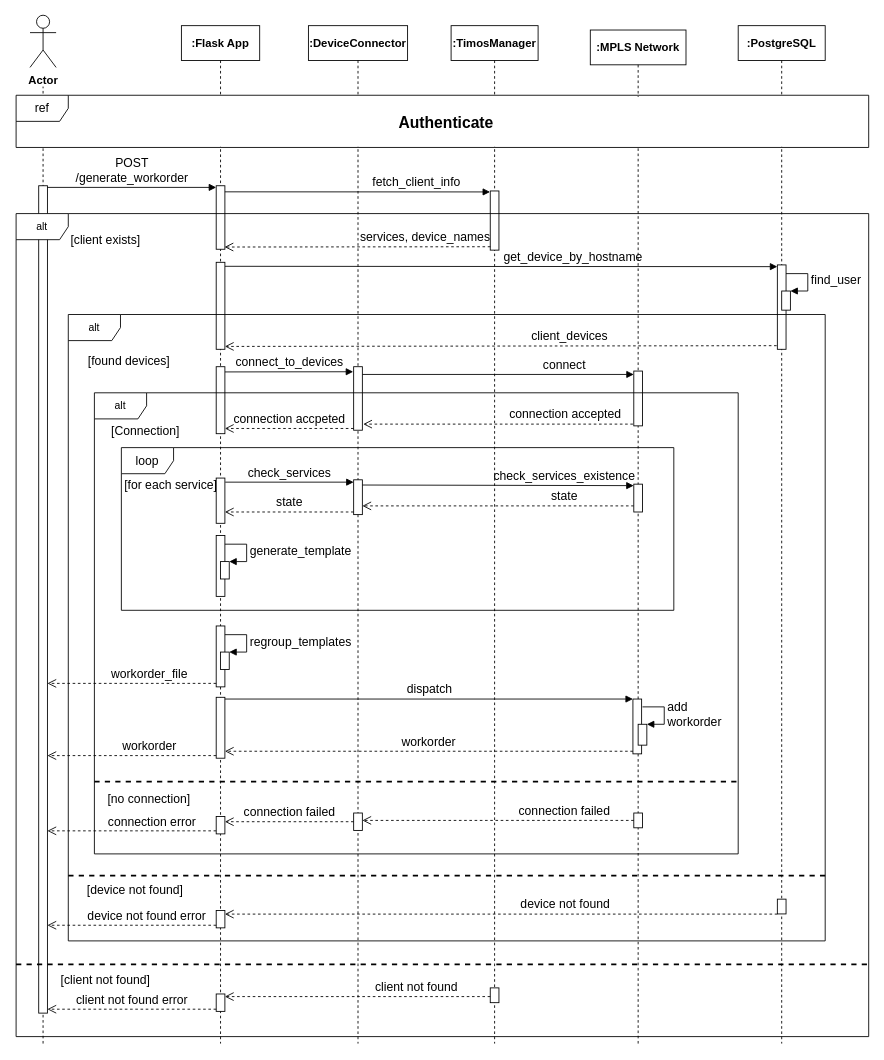
The draw.io diagram sequence_generate_workorder.drawio in DrXneaky/Diagram, before the edit. Source tidied: cells renumbered, new cells numbered last; positions are measured from the earlier drawing's top-left corner, leaving out a move shared by most shapes. Both pictures are drawn from the tidied source at 87%, with x=0, y=0 at pixel (16, 15).
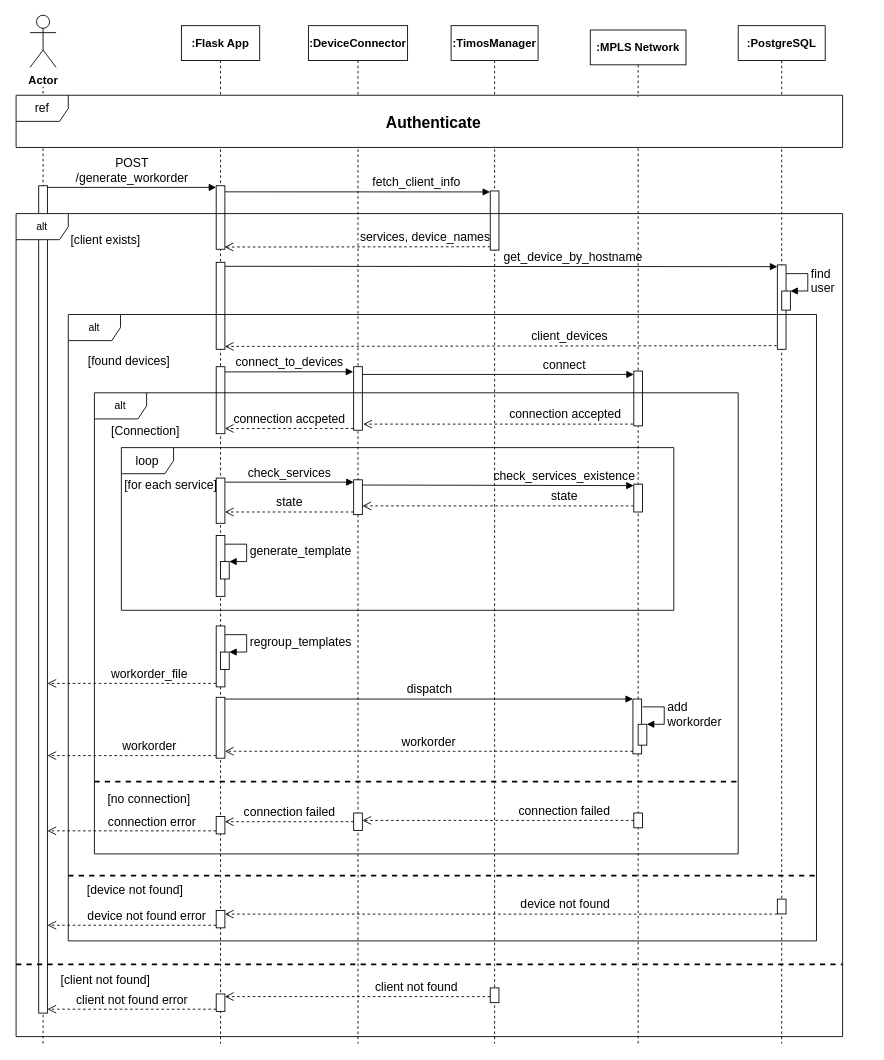
The same diagram, later.

Unchanged cells that the change refers to:
```xml
<mxCell id="34" style="html=1;points=[];perimeter=orthogonalPerimeter;" parent="1" vertex="1">
  <mxGeometry x="880" y="317" width="10" height="22" as="geometry" />
</mxCell>
```

Diff of the diagram source:
```diff
@@
-    <mxCell id="33" value="&lt;font style=&quot;font-size: 14px&quot; face=&quot;Old Standard TT&quot;&gt;find_user&lt;/font&gt;" style="edgeStyle=orthogonalEdgeStyle;html=1;align=left;spacingLeft=2;endArrow=block;rounded=0;entryX=1;entryY=0;labelBackgroundColor=none;" parent="1" edge="1" target="34">
+    <mxCell id="33" value="&lt;font style=&quot;font-size: 14px&quot; face=&quot;Old Standard TT&quot;&gt;find&lt;br&gt;user&lt;/font&gt;" style="edgeStyle=orthogonalEdgeStyle;html=1;align=left;spacingLeft=2;endArrow=block;rounded=0;entryX=1;entryY=0;labelBackgroundColor=none;" parent="1" edge="1" target="34">
       <mxGeometry relative="1" as="geometry">
         <mxPoint x="885" y="297" as="sourcePoint" />
         <Array as="points">
           <mxPoint x="910" y="297" />
         </Array>
       </mxGeometry>
     </mxCell>
@@
     <mxCell id="66" style="line;strokeWidth=2;fillColor=none;align=left;verticalAlign=middle;spacingTop=-1;spacingLeft=3;spacingRight=3;labelPosition=right;fontFamily=Old Standard TT;fontSize=14;dashed=1;" parent="1" vertex="1">
-      <mxGeometry x="60" y="985" width="870" height="8" as="geometry" />
+      <mxGeometry x="60" y="985" width="860" height="8" as="geometry" />
     </mxCell>
@@
     <mxCell id="70" style="line;strokeWidth=2;fillColor=none;align=left;verticalAlign=middle;spacingTop=-1;spacingLeft=3;spacingRight=3;labelPosition=right;fontFamily=Old Standard TT;fontSize=14;dashed=1;" parent="1" vertex="1">
-      <mxGeometry y="1087" width="980" height="8" as="geometry" />
+      <mxGeometry y="1087" width="950" height="8" as="geometry" />
     </mxCell>
@@
     <mxCell id="75" value="alt" style="shape=umlFrame;whiteSpace=wrap;html=1;" parent="1" vertex="1">
-      <mxGeometry x="60" y="344" width="870" height="720" as="geometry" />
+      <mxGeometry x="60" y="344" width="860" height="720" as="geometry" />
     </mxCell>
-    <mxCell id="76" value="alt" style="shape=umlFrame;whiteSpace=wrap;html=1;" parent="1" vertex="1">
-      <mxGeometry y="228" width="980" height="946" as="geometry" />
-    </mxCell>
     <mxCell id="77" value="Authenticate" style="text;align=center;fontStyle=1;verticalAlign=middle;spacingLeft=3;spacingRight=3;strokeColor=none;labelBackgroundColor=#ffffff;fillColor=#FFFFFF;gradientColor=none;fontFamily=Old Standard TT;fontSize=18;" parent="1" vertex="1">
-      <mxGeometry x="10" y="94" width="969" height="57" as="geometry" />
+      <mxGeometry x="10" y="94" width="940" height="57" as="geometry" />
     </mxCell>
     <mxCell id="78" value="ref" style="shape=umlFrame;whiteSpace=wrap;html=1;strokeWidth=1;fontFamily=Old Standard TT;fontSize=14;labelBackgroundColor=#ffffff;fillColor=#FFFFFF;" parent="1" vertex="1">
-      <mxGeometry y="92" width="980" height="60" as="geometry" />
+      <mxGeometry y="92" width="950" height="60" as="geometry" />
     </mxCell>
+    <mxCell id="76" value="alt" style="shape=umlFrame;whiteSpace=wrap;html=1;" parent="1" vertex="1">
+      <mxGeometry y="228" width="950" height="946" as="geometry" />
+    </mxCell>
```
